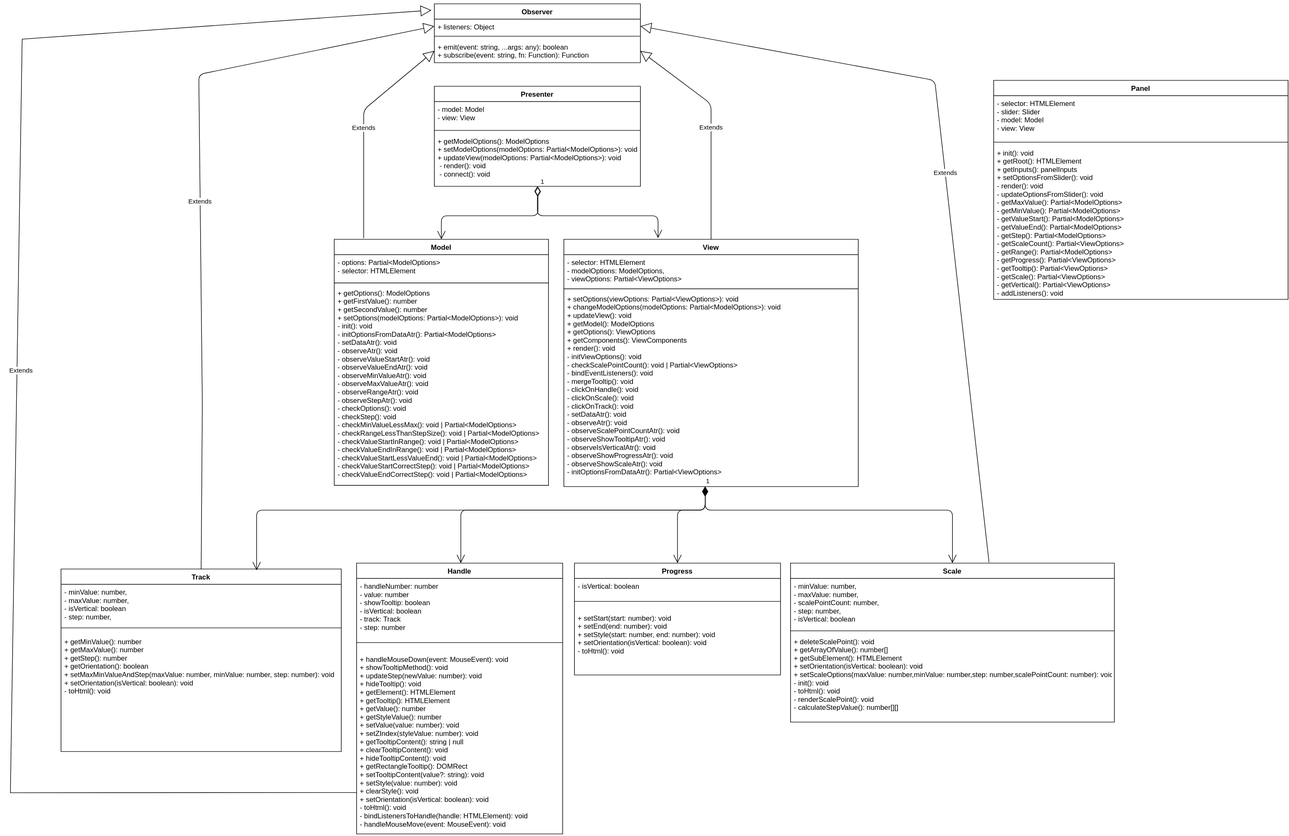
Earlier version of the draw.io export UML.svg (inconsumable1812/Slider). Source tidied: cells renumbered, new cells last; positions are measured from the earlier drawing's top-left corner, leaving out a move shared by most shapes.
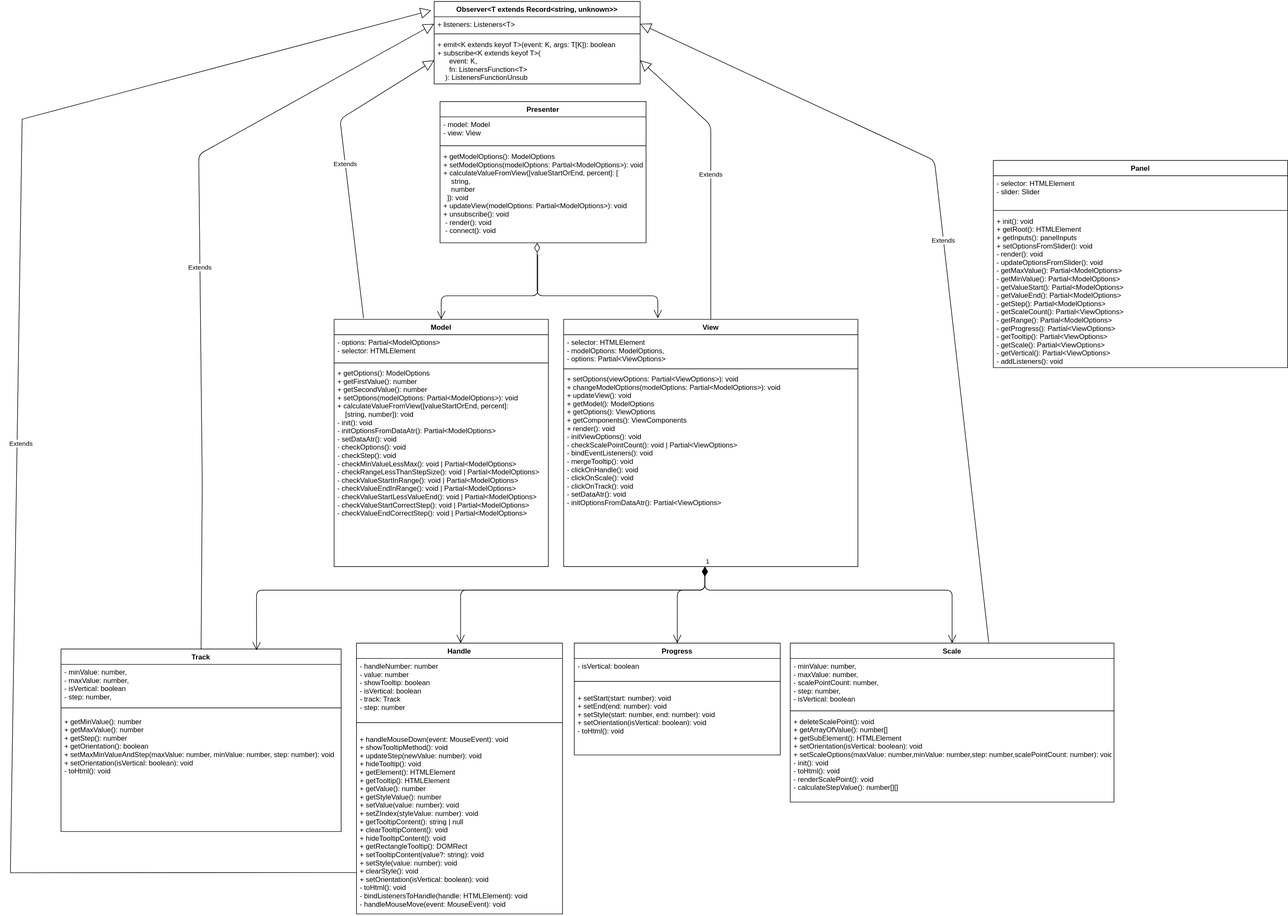
The same file after the commit.

What changed in the source:
```diff
@@ -3,7 +3,7 @@
     <mxCell id="0" />
     <mxCell id="1" parent="0" />
     <mxCell id="2" value="Model" style="swimlane;fontStyle=1;align=center;verticalAlign=top;horizontal=1;startSize=26;strokeColor=default;fillColor=default;gradientColor=none;" parent="1" vertex="1">
-      <mxGeometry x="550" y="400" width="364" height="418" as="geometry" />
+      <mxGeometry x="550" y="400" width="364" height="420" as="geometry" />
     </mxCell>
     <mxCell id="3" value="- options: Partial&lt;ModelOptions&gt;&#10;- selector: HTMLElement" style="text;strokeColor=none;fillColor=none;align=left;verticalAlign=top;spacingLeft=4;spacingRight=4;overflow=hidden;" parent="2" vertex="1">
       <mxGeometry y="26" width="364" height="44" as="geometry" />
@@ -11,23 +11,23 @@
     <mxCell id="4" style="line;strokeWidth=1;fillColor=none;align=left;verticalAlign=middle;spacingTop=-1;spacingLeft=3;spacingRight=3;labelPosition=right;" parent="2" vertex="1">
       <mxGeometry y="70" width="364" height="8" as="geometry" />
     </mxCell>
-    <mxCell id="5" value="+ getOptions(): ModelOptions&#10;+ getFirstValue(): number&#10;+ getSecondValue(): number&#10;+ setOptions(modelOptions: Partial&lt;ModelOptions&gt;): void&#10;- init(): void&#10;- initOptionsFromDataAtr(): Partial&lt;ModelOptions&gt;&#10;- setDataAtr(): void&#10;- observeAtr(): void&#10;- observeValueStartAtr(): void&#10;- observeValueEndAtr(): void&#10;- observeMinValueAtr(): void&#10;- observeMaxValueAtr(): void&#10;- observeRangeAtr(): void&#10;- observeStepAtr(): void&#10;- checkOptions(): void&#10;- checkStep(): void&#10;- checkMinValueLessMax(): void | Partial&lt;ModelOptions&gt;&#10;- checkRangeLessThanStepSize(): void | Partial&lt;ModelOptions&gt;&#10;- checkValueStartInRange(): void | Partial&lt;ModelOptions&gt;&#10;- checkValueEndInRange(): void | Partial&lt;ModelOptions&gt;&#10;- checkValueStartLessValueEnd(): void | Partial&lt;ModelOptions&gt;&#10;- checkValueStartCorrectStep(): void | Partial&lt;ModelOptions&gt;&#10;- checkValueEndCorrectStep(): void | Partial&lt;ModelOptions&gt;" style="text;strokeColor=none;fillColor=none;align=left;verticalAlign=top;spacingLeft=4;spacingRight=4;overflow=hidden;fontColor=default;" parent="2" vertex="1">
-      <mxGeometry y="78" width="364" height="340" as="geometry" />
+    <mxCell id="5" value="+ getOptions(): ModelOptions&#10;+ getFirstValue(): number&#10;+ getSecondValue(): number&#10;+ setOptions(modelOptions: Partial&lt;ModelOptions&gt;): void&#10;+ calculateValueFromView([valueStartOrEnd, percent]: &#10;    [string, number]): void&#10;- init(): void&#10;- initOptionsFromDataAtr(): Partial&lt;ModelOptions&gt;&#10;- setDataAtr(): void&#10;- checkOptions(): void&#10;- checkStep(): void&#10;- checkMinValueLessMax(): void | Partial&lt;ModelOptions&gt;&#10;- checkRangeLessThanStepSize(): void | Partial&lt;ModelOptions&gt;&#10;- checkValueStartInRange(): void | Partial&lt;ModelOptions&gt;&#10;- checkValueEndInRange(): void | Partial&lt;ModelOptions&gt;&#10;- checkValueStartLessValueEnd(): void | Partial&lt;ModelOptions&gt;&#10;- checkValueStartCorrectStep(): void | Partial&lt;ModelOptions&gt;&#10;- checkValueEndCorrectStep(): void | Partial&lt;ModelOptions&gt;" style="text;strokeColor=none;fillColor=none;align=left;verticalAlign=top;spacingLeft=4;spacingRight=4;overflow=hidden;fontColor=default;" parent="2" vertex="1">
+      <mxGeometry y="78" width="364" height="342" as="geometry" />
     </mxCell>
     <mxCell id="6" value="View" style="swimlane;fontStyle=1;align=center;verticalAlign=top;horizontal=1;startSize=26;fontColor=default;strokeColor=default;fillColor=default;gradientColor=none;" parent="1" vertex="1">
       <mxGeometry x="940" y="400" width="500" height="420" as="geometry" />
     </mxCell>
-    <mxCell id="7" value="- selector: HTMLElement&#10;- modelOptions: ModelOptions,&#10;- viewOptions: Partial&lt;ViewOptions&gt; " style="text;strokeColor=none;fillColor=none;align=left;verticalAlign=top;spacingLeft=4;spacingRight=4;overflow=hidden;" parent="6" vertex="1">
+    <mxCell id="7" value="- selector: HTMLElement&#10;- modelOptions: ModelOptions,&#10;- options: Partial&lt;ViewOptions&gt; " style="text;strokeColor=none;fillColor=none;align=left;verticalAlign=top;spacingLeft=4;spacingRight=4;overflow=hidden;" parent="6" vertex="1">
       <mxGeometry y="26" width="500" height="54" as="geometry" />
     </mxCell>
     <mxCell id="8" style="line;strokeWidth=1;fillColor=none;align=left;verticalAlign=middle;spacingTop=-1;spacingLeft=3;spacingRight=3;labelPosition=right;" parent="6" vertex="1">
       <mxGeometry y="80" width="500" height="8" as="geometry" />
     </mxCell>
-    <mxCell id="9" value="+ setOptions(viewOptions: Partial&lt;ViewOptions&gt;): void&#10;+ changeModelOptions(modelOptions: Partial&lt;ModelOptions&gt;): void&#10;+ updateView(): void&#10;+ getModel(): ModelOptions&#10;+ getOptions(): ViewOptions&#10;+ getComponents(): ViewComponents&#10;+ render(): void&#10;- initViewOptions(): void&#10;- checkScalePointCount(): void | Partial&lt;ViewOptions&gt;&#10;- bindEventListeners(): void&#10;- mergeTooltip(): void&#10;- clickOnHandle(): void&#10;- clickOnScale(): void&#10;- clickOnTrack(): void&#10;- setDataAtr(): void&#10;- observeAtr(): void&#10;- observeScalePointCountAtr(): void&#10;- observeShowTooltipAtr(): void&#10;- observeIsVerticalAtr(): void&#10;- observeShowProgressAtr(): void&#10;- observeShowScaleAtr(): void&#10;- initOptionsFromDataAtr(): Partial&lt;ViewOptions&gt;" style="text;strokeColor=none;fillColor=none;align=left;verticalAlign=top;spacingLeft=4;spacingRight=4;overflow=hidden;points=[[0,0.5],[1,0.5]];portConstraint=eastwest;fontColor=default;" parent="6" vertex="1">
+    <mxCell id="9" value="+ setOptions(viewOptions: Partial&lt;ViewOptions&gt;): void&#10;+ changeModelOptions(modelOptions: Partial&lt;ModelOptions&gt;): void&#10;+ updateView(): void&#10;+ getModel(): ModelOptions&#10;+ getOptions(): ViewOptions&#10;+ getComponents(): ViewComponents&#10;+ render(): void&#10;- initViewOptions(): void&#10;- checkScalePointCount(): void | Partial&lt;ViewOptions&gt;&#10;- bindEventListeners(): void&#10;- mergeTooltip(): void&#10;- clickOnHandle(): void&#10;- clickOnScale(): void&#10;- clickOnTrack(): void&#10;- setDataAtr(): void&#10;- initOptionsFromDataAtr(): Partial&lt;ViewOptions&gt;" style="text;strokeColor=none;fillColor=none;align=left;verticalAlign=top;spacingLeft=4;spacingRight=4;overflow=hidden;points=[[0,0.5],[1,0.5]];portConstraint=eastwest;fontColor=default;" parent="6" vertex="1">
       <mxGeometry y="88" width="500" height="332" as="geometry" />
     </mxCell>
     <mxCell id="10" value="Presenter" style="swimlane;fontStyle=1;align=center;verticalAlign=top;horizontal=1;startSize=26;strokeColor=default;fillColor=default;gradientColor=none;" parent="1" vertex="1">
-      <mxGeometry x="720" y="140" width="350" height="170" as="geometry" />
+      <mxGeometry x="730" y="30" width="350" height="240" as="geometry" />
     </mxCell>
     <mxCell id="11" value="- model: Model&#10;- view: View" style="text;strokeColor=none;fillColor=none;align=left;verticalAlign=top;spacingLeft=4;spacingRight=4;overflow=hidden;" parent="10" vertex="1">
       <mxGeometry y="26" width="350" height="44" as="geometry" />
@@ -35,20 +35,20 @@
     <mxCell id="12" style="line;strokeWidth=1;fillColor=none;align=left;verticalAlign=middle;spacingTop=-1;spacingLeft=3;spacingRight=3;labelPosition=right;" parent="10" vertex="1">
       <mxGeometry y="70" width="350" height="10" as="geometry" />
     </mxCell>
-    <mxCell id="13" value="+ getModelOptions(): ModelOptions&#10;+ setModelOptions(modelOptions: Partial&lt;ModelOptions&gt;): void&#10;+ updateView(modelOptions: Partial&lt;ModelOptions&gt;): void&#10; - render(): void&#10; - connect(): void" style="text;strokeColor=none;fillColor=none;align=left;verticalAlign=top;spacingLeft=4;spacingRight=4;overflow=hidden;points=[[0,0.5],[1,0.5]];portConstraint=eastwest;fontColor=default;" parent="10" vertex="1">
-      <mxGeometry y="80" width="350" height="90" as="geometry" />
+    <mxCell id="13" value="+ getModelOptions(): ModelOptions&#10;+ setModelOptions(modelOptions: Partial&lt;ModelOptions&gt;): void&#10;+ calculateValueFromView([valueStartOrEnd, percent]: [&#10;    string,&#10;    number&#10;  ]): void&#10;+ updateView(modelOptions: Partial&lt;ModelOptions&gt;): void&#10;+ unsubscribe(): void&#10; - render(): void&#10; - connect(): void" style="text;strokeColor=none;fillColor=none;align=left;verticalAlign=top;spacingLeft=4;spacingRight=4;overflow=hidden;points=[[0,0.5],[1,0.5]];portConstraint=eastwest;fontColor=default;" parent="10" vertex="1">
+      <mxGeometry y="80" width="350" height="160" as="geometry" />
     </mxCell>
-    <mxCell id="14" value="Observer" style="swimlane;fontStyle=1;align=center;verticalAlign=top;horizontal=1;startSize=26;strokeColor=default;fillColor=default;gradientColor=none;" parent="1" vertex="1">
-      <mxGeometry x="720" width="350" height="100" as="geometry" />
+    <mxCell id="14" value="Observer&lt;T extends Record&lt;string, unknown&gt;&gt;" style="swimlane;fontStyle=1;align=center;verticalAlign=top;horizontal=1;startSize=26;strokeColor=default;fillColor=default;gradientColor=none;" parent="1" vertex="1">
+      <mxGeometry x="720" y="-140" width="350" height="140" as="geometry" />
     </mxCell>
-    <mxCell id="15" value="+ listeners: Object" style="text;strokeColor=none;fillColor=none;align=left;verticalAlign=top;spacingLeft=4;spacingRight=4;overflow=hidden;points=[[0,0.5],[1,0.5]];portConstraint=eastwest;" parent="14" vertex="1">
+    <mxCell id="15" value="+ listeners: Listeners&lt;T&gt;" style="text;strokeColor=none;fillColor=none;align=left;verticalAlign=top;spacingLeft=4;spacingRight=4;overflow=hidden;points=[[0,0.5],[1,0.5]];portConstraint=eastwest;" parent="14" vertex="1">
       <mxGeometry y="26" width="350" height="24" as="geometry" />
     </mxCell>
     <mxCell id="16" style="line;strokeWidth=1;fillColor=none;align=left;verticalAlign=middle;spacingTop=-1;spacingLeft=3;spacingRight=3;labelPosition=right;" parent="14" vertex="1">
       <mxGeometry y="50" width="350" height="10" as="geometry" />
     </mxCell>
-    <mxCell id="17" value="+ emit(event: string, ...args: any): boolean&#10;+ subscribe(event: string, fn: Function): Function" style="text;strokeColor=none;fillColor=none;align=left;verticalAlign=top;spacingLeft=4;spacingRight=4;overflow=hidden;points=[[0,0.5],[1,0.5]];portConstraint=eastwest;fontColor=default;" parent="14" vertex="1">
-      <mxGeometry y="60" width="350" height="40" as="geometry" />
+    <mxCell id="17" value="+ emit&lt;K extends keyof T&gt;(event: K, args: T[K]): boolean&#10;+ subscribe&lt;K extends keyof T&gt;(&#10;      event: K,&#10;      fn: ListenersFunction&lt;T&gt; &#10;    ): ListenersFunctionUnsub" style="text;strokeColor=none;fillColor=none;align=left;verticalAlign=top;spacingLeft=4;spacingRight=4;overflow=hidden;points=[[0,0.5],[1,0.5]];portConstraint=eastwest;fontColor=default;" parent="14" vertex="1">
+      <mxGeometry y="60" width="350" height="80" as="geometry" />
     </mxCell>
     <mxCell id="18" value="Handle" style="swimlane;fontStyle=1;align=center;verticalAlign=top;horizontal=1;startSize=26;strokeColor=default;fillColor=default;gradientColor=none;fontColor=default;" parent="1" vertex="1">
       <mxGeometry x="588" y="950" width="350" height="460" as="geometry" />
@@ -134,11 +134,10 @@
         </Array>
       </mxGeometry>
     </mxCell>
-    <mxCell id="38" value="Extends" style="endArrow=block;endSize=16;endFill=0;html=1;fontColor=default;exitX=0.5;exitY=0;exitDx=0;exitDy=0;" parent="1" edge="1" source="6">
+    <mxCell id="38" value="Extends" style="endArrow=block;endSize=16;endFill=0;html=1;fontColor=default;exitX=0.5;exitY=0;exitDx=0;exitDy=0;entryX=1;entryY=0.5;entryDx=0;entryDy=0;" parent="1" edge="1" source="6" target="17">
       <mxGeometry relative="1" as="geometry">
-        <mxPoint x="1070" y="80" as="targetPoint" />
         <Array as="points">
-          <mxPoint x="1190" y="170" />
+          <mxPoint x="1190" y="70" />
         </Array>
       </mxGeometry>
     </mxCell>
@@ -146,7 +145,7 @@
       <mxGeometry relative="1" as="geometry">
         <mxPoint x="600" y="398" as="sourcePoint" />
         <Array as="points">
-          <mxPoint x="600" y="180" />
+          <mxPoint x="560" y="60" />
         </Array>
       </mxGeometry>
     </mxCell>
@@ -166,18 +165,18 @@
       </mxGeometry>
     </mxCell>
     <mxCell id="42" value="Panel" style="swimlane;fontStyle=1;align=center;verticalAlign=top;horizontal=1;startSize=26;fontColor=default;strokeColor=default;fillColor=default;gradientColor=none;" parent="1" vertex="1">
-      <mxGeometry x="1670" y="130" width="500" height="372" as="geometry" />
+      <mxGeometry x="1670" y="130" width="500" height="352" as="geometry" />
     </mxCell>
-    <mxCell id="43" value="- selector: HTMLElement&#10;- slider: Slider&#10;- model: Model&#10;- view: View&#10;" style="text;strokeColor=none;fillColor=none;align=left;verticalAlign=top;spacingLeft=4;spacingRight=4;overflow=hidden;" parent="42" vertex="1">
-      <mxGeometry y="26" width="500" height="74" as="geometry" />
+    <mxCell id="43" value="- selector: HTMLElement&#10;- slider: Slider&#10;&#10;" style="text;strokeColor=none;fillColor=none;align=left;verticalAlign=top;spacingLeft=4;spacingRight=4;overflow=hidden;" parent="42" vertex="1">
+      <mxGeometry y="26" width="500" height="54" as="geometry" />
     </mxCell>
     <mxCell id="44" style="line;strokeWidth=1;fillColor=none;align=left;verticalAlign=middle;spacingTop=-1;spacingLeft=3;spacingRight=3;labelPosition=right;" parent="42" vertex="1">
-      <mxGeometry y="100" width="500" height="10" as="geometry" />
+      <mxGeometry y="80" width="500" height="10" as="geometry" />
     </mxCell>
     <mxCell id="45" value="+ init(): void&#10;+ getRoot(): HTMLElement&#10;+ getInputs(): panelInputs&#10;+ setOptionsFromSlider(): void&#10;- render(): void&#10;- updateOptionsFromSlider(): void &#10;- getMaxValue(): Partial&lt;ModelOptions&gt;&#10;- getMinValue(): Partial&lt;ModelOptions&gt;&#10;- getValueStart(): Partial&lt;ModelOptions&gt;&#10;- getValueEnd(): Partial&lt;ModelOptions&gt;&#10;- getStep(): Partial&lt;ModelOptions&gt;&#10;- getScaleCount(): Partial&lt;ViewOptions&gt;&#10;- getRange(): Partial&lt;ModelOptions&gt;&#10;- getProgress(): Partial&lt;ViewOptions&gt;&#10;- getTooltip(): Partial&lt;ViewOptions&gt;&#10;- getScale(): Partial&lt;ViewOptions&gt;&#10;- getVertical(): Partial&lt;ViewOptions&gt;&#10;- addListeners(): void" style="text;strokeColor=none;fillColor=none;align=left;verticalAlign=top;spacingLeft=4;spacingRight=4;overflow=hidden;" parent="42" vertex="1">
-      <mxGeometry y="110" width="500" height="262" as="geometry" />
+      <mxGeometry y="90" width="500" height="262" as="geometry" />
     </mxCell>
-    <mxCell id="46" value="1" style="endArrow=open;html=1;endSize=12;startArrow=diamondThin;startSize=14;startFill=0;edgeStyle=orthogonalEdgeStyle;align=left;verticalAlign=bottom;fontColor=default;" parent="1" edge="1" source="10">
+    <mxCell id="46" style="endArrow=open;html=1;endSize=12;startArrow=diamondThin;startSize=14;startFill=0;edgeStyle=orthogonalEdgeStyle;align=left;verticalAlign=bottom;fontColor=default;" parent="1" edge="1" source="10">
       <mxGeometry x="-1" y="3" relative="1" as="geometry">
         <mxPoint x="1100" y="398" as="targetPoint" />
         <Array as="points">
@@ -186,21 +185,22 @@
         </Array>
       </mxGeometry>
     </mxCell>
+    <mxCell id="48" value="Extends" style="endArrow=block;endSize=16;endFill=0;html=1;rounded=0;strokeColor=default;labelBackgroundColor=default;fontColor=default;entryX=-0.014;entryY=0.108;entryDx=0;entryDy=0;entryPerimeter=0;exitX=0;exitY=0.773;exitDx=0;exitDy=0;exitPerimeter=0;" parent="1" edge="1" source="21" target="14">
+      <mxGeometry x="0.02" y="-7" relative="1" as="geometry">
+        <Array as="points">
+          <mxPoint y="1340" />
+          <mxPoint x="20" y="60" />
+        </Array>
+      </mxGeometry>
+    </mxCell>
-    <mxCell id="47" value="1" style="endArrow=open;html=1;endSize=12;startArrow=diamondThin;startSize=14;startFill=0;edgeStyle=orthogonalEdgeStyle;align=left;verticalAlign=bottom;fontColor=default;exitX=0.503;exitY=1.006;exitDx=0;exitDy=0;exitPerimeter=0;entryX=0.5;entryY=0;entryDx=0;entryDy=0;" parent="1" edge="1" source="13" target="2">
+    <mxCell id="47" style="endArrow=open;html=1;endSize=12;startArrow=none;startSize=14;startFill=0;edgeStyle=orthogonalEdgeStyle;align=left;verticalAlign=bottom;fontColor=default;entryX=0.5;entryY=0;entryDx=0;entryDy=0;" parent="1" edge="1" target="2">
       <mxGeometry x="-1" y="3" relative="1" as="geometry">
+        <mxPoint x="896" y="290" as="sourcePoint" />
         <Array as="points">
           <mxPoint x="896" y="360" />
           <mxPoint x="732" y="360" />
         </Array>
       </mxGeometry>
     </mxCell>
-    <mxCell id="48" value="Extends" style="endArrow=block;endSize=16;endFill=0;html=1;rounded=0;strokeColor=default;labelBackgroundColor=default;fontColor=default;entryX=-0.014;entryY=0.108;entryDx=0;entryDy=0;entryPerimeter=0;exitX=0;exitY=0.773;exitDx=0;exitDy=0;exitPerimeter=0;" parent="1" edge="1" source="21" target="14">
-      <mxGeometry x="0.02" y="-7" relative="1" as="geometry">
-        <Array as="points">
-          <mxPoint y="1340" />
-          <mxPoint x="20" y="60" />
-        </Array>
-      </mxGeometry>
-    </mxCell>
   </root>
 </mxGraphModel>
```
